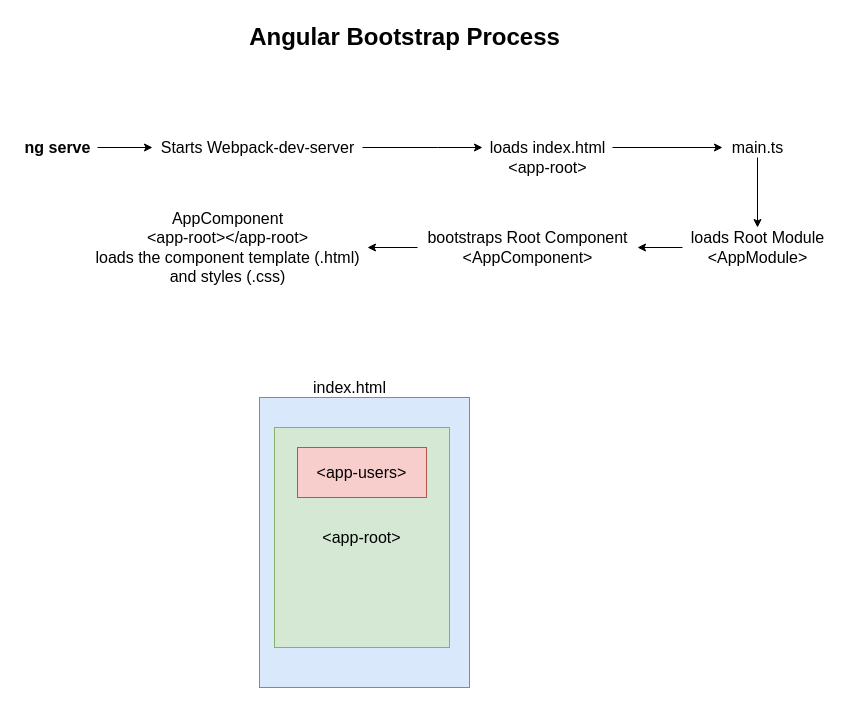
synergy2411/citius-jan22 keeps this draw.io diagram as page "Page-4" (4 of 7) of refs/diagrams.drawio. Above is the earlier version. Source tidied: cells renumbered, new cells numbered last; positions are measured from the earlier drawing's top-left corner, leaving out a move shared by most shapes. Both pictures are drawn from the tidied source at 100%, with x=0, y=0 at pixel (17, 17).
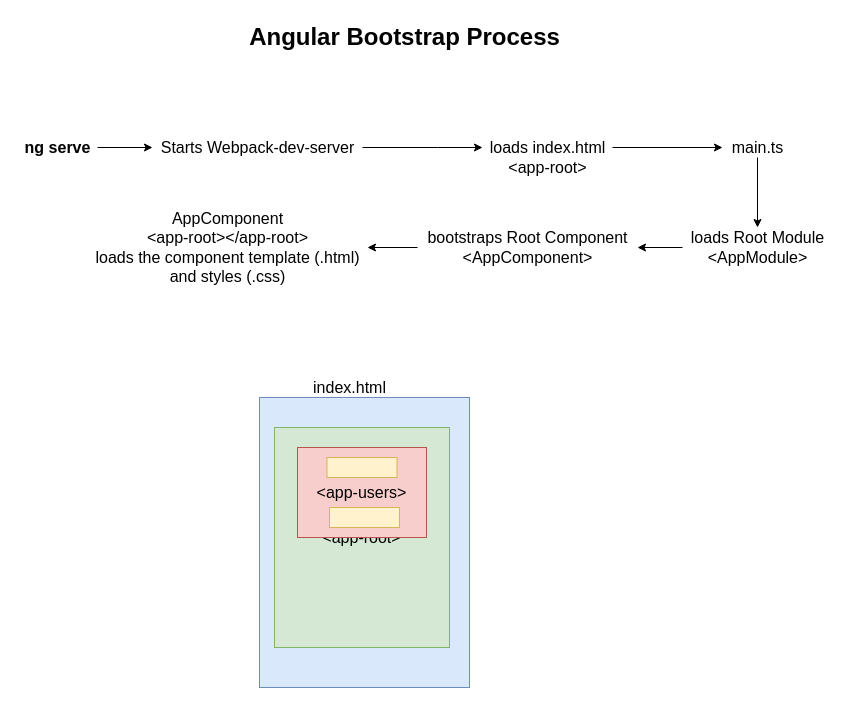
After the change.

What changed in the source:
```diff
@@
     <mxCell id="20" value="&amp;lt;app-users&amp;gt;" style="rounded=0;whiteSpace=wrap;html=1;fontSize=16;fillColor=#f8cecc;strokeColor=#b85450;" parent="1" vertex="1">
-      <mxGeometry x="280" y="430" width="129" height="50" as="geometry" />
+      <mxGeometry x="280" y="430" width="129" height="90" as="geometry" />
     </mxCell>
+    <mxCell id="21" style="rounded=0;whiteSpace=wrap;html=1;fontSize=16;fillColor=#fff2cc;strokeColor=#d6b656;" parent="1" vertex="1">
+      <mxGeometry x="309.5" y="440" width="70" height="20" as="geometry" />
+    </mxCell>
+    <mxCell id="22" style="rounded=0;whiteSpace=wrap;html=1;fontSize=16;fillColor=#fff2cc;strokeColor=#d6b656;" parent="1" vertex="1">
+      <mxGeometry x="312" y="490" width="70" height="20" as="geometry" />
+    </mxCell>
```
